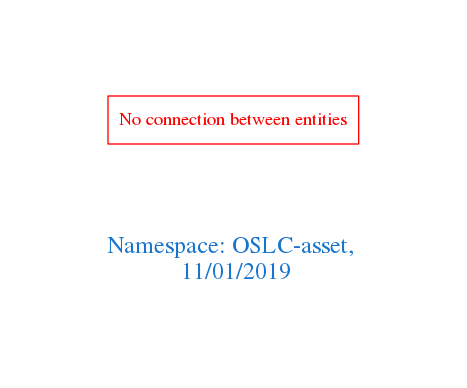
Before: downloads/OSLC-asset.png, a diagram exported from Graphviz (arago/OGIT). Its source is kept beside it as downloads/OSLC-asset.dot.
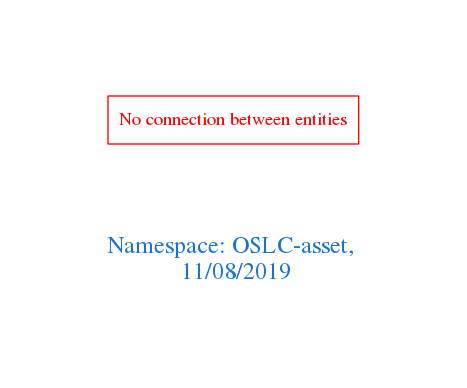
The same diagram one commit later.

What changed in the source:
```diff
@@ -1,7 +1,7 @@
 digraph OGIT_ontology {
  graph [ rankdir= LR,pad=1
 fontsize = 18,
-fontcolor= dodgerblue3,label = "\n\n\nNamespace: OSLC-asset, \n 11/01/2019"];
+fontcolor= dodgerblue3,label = "\n\n\nNamespace: OSLC-asset, \n 11/08/2019"];
 node[shape=polygon];
 edge [  color="gray81"];
 
```
